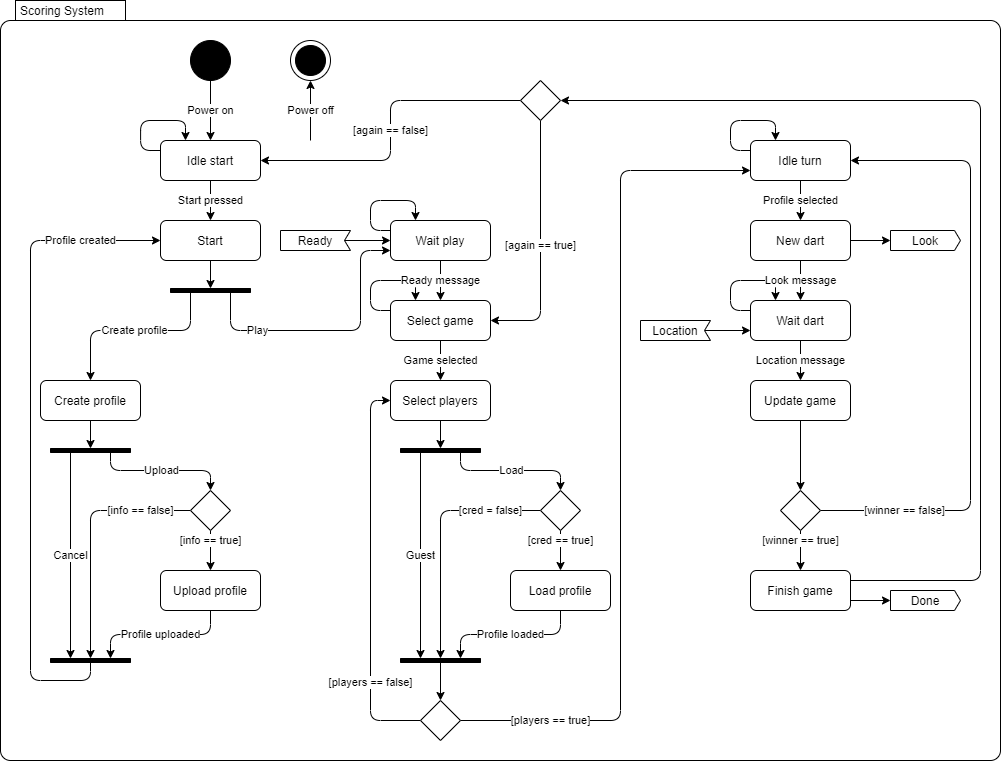
Earlier version of the draw.io export scoring/documentation/Scoring_System_State_Diagram.png (kparlak/dart-scoring-system). Source tidied: cells renumbered, new cells last; positions are measured from the earlier drawing's top-left corner, leaving out a move shared by most shapes.
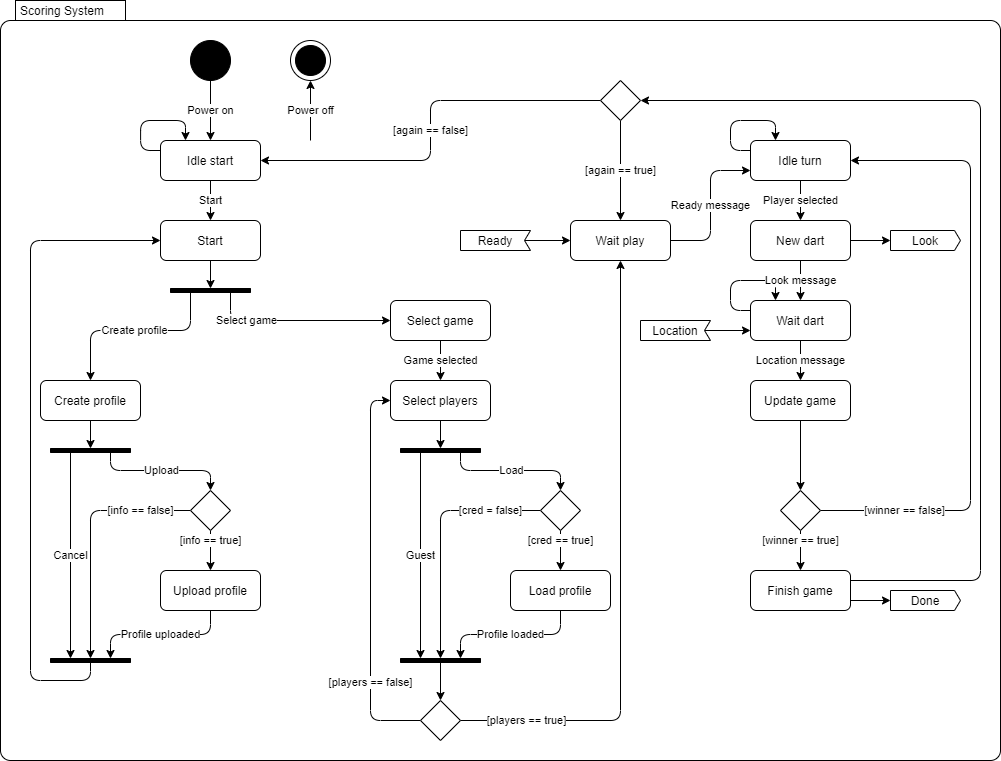
After the commit.

Diff of the diagram source:
```diff
@@ -19,7 +19,7 @@
     <mxCell id="6" style="shape=ellipse;html=1;fillColor=#000000;fontSize=18;fontColor=#ffffff;" parent="1" vertex="1">
       <mxGeometry x="190" y="40" width="40" height="40" as="geometry" />
     </mxCell>
-    <mxCell id="7" value="Start pressed" style="edgeStyle=orthogonalEdgeStyle;rounded=1;jumpStyle=arc;jettySize=auto;html=1;exitX=0.5;exitY=1;exitDx=0;exitDy=0;entryX=0.5;entryY=0;entryDx=0;entryDy=0;" parent="1" edge="1" source="8" target="19">
+    <mxCell id="7" value="Start" style="edgeStyle=orthogonalEdgeStyle;rounded=1;jumpStyle=arc;jettySize=auto;html=1;exitX=0.5;exitY=1;exitDx=0;exitDy=0;entryX=0.5;entryY=0;entryDx=0;entryDy=0;" parent="1" edge="1" source="8" target="19">
       <mxGeometry relative="1" as="geometry" />
     </mxCell>
     <mxCell id="8" value="Idle start" style="shape=rect;rounded=1;html=1;whiteSpace=wrap;align=center;" parent="1" vertex="1">
@@ -42,12 +42,10 @@
         </Array>
       </mxGeometry>
     </mxCell>
-    <mxCell id="11" value="Play" style="edgeStyle=orthogonalEdgeStyle;rounded=1;jettySize=auto;html=1;exitX=1;exitY=0.25;exitDx=0;exitDy=0;entryX=0;entryY=0.75;entryDx=0;entryDy=0;" parent="1" edge="1" source="12" target="69">
+    <mxCell id="11" value="Select game" style="edgeStyle=orthogonalEdgeStyle;rounded=1;jettySize=auto;html=1;exitX=1;exitY=0.25;exitDx=0;exitDy=0;entryX=0;entryY=0.5;entryDx=0;entryDy=0;" parent="1" edge="1" source="12" target="28">
       <mxGeometry x="-0.53" relative="1" as="geometry">
         <Array as="points">
-          <mxPoint x="230" y="330" />
-          <mxPoint x="360" y="330" />
-          <mxPoint x="360" y="250" />
+          <mxPoint x="230" y="320" />
         </Array>
       </mxGeometry>
     </mxCell>
@@ -95,7 +93,7 @@
     <mxCell id="24" value="Upload profile" style="shape=rect;rounded=1;html=1;whiteSpace=wrap;align=center;" parent="1" vertex="1">
       <mxGeometry x="160" y="570" width="100" height="40" as="geometry" />
     </mxCell>
-    <mxCell id="25" value="Profile created" style="edgeStyle=orthogonalEdgeStyle;rounded=1;jettySize=auto;html=1;exitX=1;exitY=0.5;exitDx=0;exitDy=0;entryX=0;entryY=0.5;entryDx=0;entryDy=0;" parent="1" edge="1" source="26" target="19">
+    <mxCell id="25" style="edgeStyle=orthogonalEdgeStyle;rounded=1;jettySize=auto;html=1;exitX=1;exitY=0.5;exitDx=0;exitDy=0;entryX=0;entryY=0.5;entryDx=0;entryDy=0;" parent="1" edge="1" source="26" target="19">
       <mxGeometry x="0.75" relative="1" as="geometry">
         <Array as="points">
           <mxPoint x="90" y="680" />
@@ -122,18 +120,17 @@
     <mxCell id="31" value="[players == false]" style="edgeStyle=orthogonalEdgeStyle;rounded=1;jettySize=auto;html=1;exitX=0;exitY=0.5;exitDx=0;exitDy=0;entryX=0;entryY=0.5;entryDx=0;entryDy=0;" parent="1" edge="1" source="33" target="30">
       <mxGeometry x="-0.55" relative="1" as="geometry" />
     </mxCell>
-    <mxCell id="32" value="[players == true]" style="edgeStyle=orthogonalEdgeStyle;rounded=1;jumpStyle=arc;jettySize=auto;html=1;exitX=1;exitY=0.5;exitDx=0;exitDy=0;entryX=0;entryY=0.75;entryDx=0;entryDy=0;" parent="1" edge="1" source="33" target="35">
+    <mxCell id="32" value="[players == true]" style="edgeStyle=orthogonalEdgeStyle;rounded=1;jumpStyle=arc;jettySize=auto;html=1;exitX=1;exitY=0.5;exitDx=0;exitDy=0;entryX=0.5;entryY=1;entryDx=0;entryDy=0;" parent="1" edge="1" source="33" target="69">
       <mxGeometry x="-0.79" relative="1" as="geometry">
         <Array as="points">
           <mxPoint x="620" y="720" />
-          <mxPoint x="620" y="170" />
         </Array>
       </mxGeometry>
     </mxCell>
     <mxCell id="33" style="shape=rhombus;html=1;labelPosition=right;align=left;verticalAlign=middle;" parent="1" vertex="1">
       <mxGeometry x="420" y="700" width="40" height="40" as="geometry" />
     </mxCell>
-    <mxCell id="34" value="Profile selected" style="edgeStyle=orthogonalEdgeStyle;rounded=1;jettySize=auto;html=1;exitX=0.5;exitY=1;exitDx=0;exitDy=0;entryX=0.5;entryY=0;entryDx=0;entryDy=0;" parent="1" edge="1" source="35" target="37">
+    <mxCell id="34" value="Player selected" style="edgeStyle=orthogonalEdgeStyle;rounded=1;jettySize=auto;html=1;exitX=0.5;exitY=1;exitDx=0;exitDy=0;entryX=0.5;entryY=0;entryDx=0;entryDy=0;" parent="1" edge="1" source="35" target="37">
       <mxGeometry relative="1" as="geometry" />
     </mxCell>
     <mxCell id="35" value="Idle turn" style="shape=rect;rounded=1;html=1;whiteSpace=wrap;align=center;" parent="1" vertex="1">
@@ -253,50 +250,32 @@
         <mxPoint x="420" y="200" as="targetPoint" />
       </mxGeometry>
     </mxCell>
-    <mxCell id="64" style="edgeStyle=orthogonalEdgeStyle;rounded=1;orthogonalLoop=1;jettySize=auto;html=1;exitX=0;exitY=0.25;exitDx=0;exitDy=0;entryX=0.25;entryY=0;entryDx=0;entryDy=0;" parent="1" edge="1" source="28" target="28">
-      <mxGeometry relative="1" as="geometry">
-        <Array as="points">
-          <mxPoint x="370" y="310" />
-          <mxPoint x="370" y="280" />
-          <mxPoint x="415" y="280" />
-        </Array>
-      </mxGeometry>
-    </mxCell>
-    <mxCell id="65" value="[again == true]" style="edgeStyle=orthogonalEdgeStyle;rounded=1;jettySize=auto;html=1;exitX=0.5;exitY=1;exitDx=0;exitDy=0;entryX=1;entryY=0.5;entryDx=0;entryDy=0;" parent="1" edge="1" source="67" target="28">
+    <mxCell id="65" value="[again == true]" style="edgeStyle=orthogonalEdgeStyle;rounded=1;jettySize=auto;html=1;exitX=0.5;exitY=1;exitDx=0;exitDy=0;entryX=0.5;entryY=0;entryDx=0;entryDy=0;" parent="1" edge="1" source="67" target="69">
       <mxGeometry relative="1" as="geometry" />
     </mxCell>
     <mxCell id="66" value="[again == false]" style="edgeStyle=orthogonalEdgeStyle;rounded=1;jettySize=auto;html=1;exitX=0;exitY=0.5;exitDx=0;exitDy=0;entryX=1;entryY=0.5;entryDx=0;entryDy=0;" parent="1" edge="1" source="67" target="8">
       <mxGeometry relative="1" as="geometry" />
     </mxCell>
     <mxCell id="67" style="shape=rhombus;html=1;labelPosition=right;align=left;verticalAlign=middle;" parent="1" vertex="1">
-      <mxGeometry x="520" y="80" width="40" height="40" as="geometry" />
+      <mxGeometry x="600" y="80" width="40" height="40" as="geometry" />
     </mxCell>
-    <mxCell id="68" value="Ready message" style="edgeStyle=orthogonalEdgeStyle;rounded=1;jettySize=auto;html=1;exitX=0.5;exitY=1;exitDx=0;exitDy=0;entryX=0.5;entryY=0;entryDx=0;entryDy=0;" parent="1" edge="1" source="69" target="28">
+    <mxCell id="68" value="Ready message" style="edgeStyle=orthogonalEdgeStyle;rounded=1;jettySize=auto;html=1;exitX=1;exitY=0.5;exitDx=0;exitDy=0;entryX=0;entryY=0.75;entryDx=0;entryDy=0;startArrow=none;startFill=0;" parent="1" edge="1" source="69" target="35">
       <mxGeometry relative="1" as="geometry" />
     </mxCell>
     <mxCell id="69" value="Wait play" style="shape=rect;rounded=1;html=1;whiteSpace=wrap;align=center;" parent="1" vertex="1">
-      <mxGeometry x="390" y="220" width="100" height="40" as="geometry" />
+      <mxGeometry x="570" y="220" width="100" height="40" as="geometry" />
     </mxCell>
-    <mxCell id="70" style="edgeStyle=orthogonalEdgeStyle;rounded=1;orthogonalLoop=1;jettySize=auto;html=1;exitX=0;exitY=0.25;exitDx=0;exitDy=0;entryX=0.25;entryY=0;entryDx=0;entryDy=0;" parent="1" edge="1" source="69" target="69">
-      <mxGeometry relative="1" as="geometry">
-        <Array as="points">
-          <mxPoint x="370" y="230" />
-          <mxPoint x="370" y="200" />
-          <mxPoint x="415" y="200" />
-        </Array>
-      </mxGeometry>
-    </mxCell>
-    <mxCell id="71" value="Ready" style="shape=mxgraph.sysml.accEvent;flipH=1;whiteSpace=wrap;align=center;" parent="1" vertex="1">
-      <mxGeometry x="280" y="230" width="70" height="20" as="geometry" />
-    </mxCell>
-    <mxCell id="72" style="edgeStyle=orthogonalEdgeStyle;rounded=1;jettySize=auto;html=1;exitX=0;exitY=0.5;exitDx=6;exitDy=0;exitPerimeter=0;entryX=0;entryY=0.5;entryDx=0;entryDy=0;" parent="1" edge="1" source="71" target="69">
-      <mxGeometry relative="1" as="geometry" />
-    </mxCell>
     <mxCell id="73" value="Look message" style="edgeStyle=orthogonalEdgeStyle;rounded=1;jettySize=auto;html=1;exitX=0.5;exitY=1;exitDx=0;exitDy=0;entryX=0.5;entryY=0;entryDx=0;entryDy=0;" parent="1" edge="1" source="37" target="40">
       <mxGeometry relative="1" as="geometry" />
     </mxCell>
     <mxCell id="74" value="Done" style="shape=mxgraph.sysml.sendSigAct;whiteSpace=wrap;align=center;" parent="1" vertex="1">
       <mxGeometry x="890" y="590" width="70" height="20" as="geometry" />
     </mxCell>
+    <mxCell id="72" style="edgeStyle=orthogonalEdgeStyle;rounded=1;jettySize=auto;html=1;exitX=0;exitY=0.5;exitDx=6;exitDy=0;exitPerimeter=0;entryX=0;entryY=0.5;entryDx=0;entryDy=0;" parent="1" edge="1" source="71" target="69">
+      <mxGeometry relative="1" as="geometry" />
+    </mxCell>
+    <mxCell id="71" value="Ready" style="shape=mxgraph.sysml.accEvent;flipH=1;whiteSpace=wrap;align=center;" parent="1" vertex="1">
+      <mxGeometry x="460" y="230" width="70" height="20" as="geometry" />
+    </mxCell>
   </root>
 </mxGraphModel>
```
